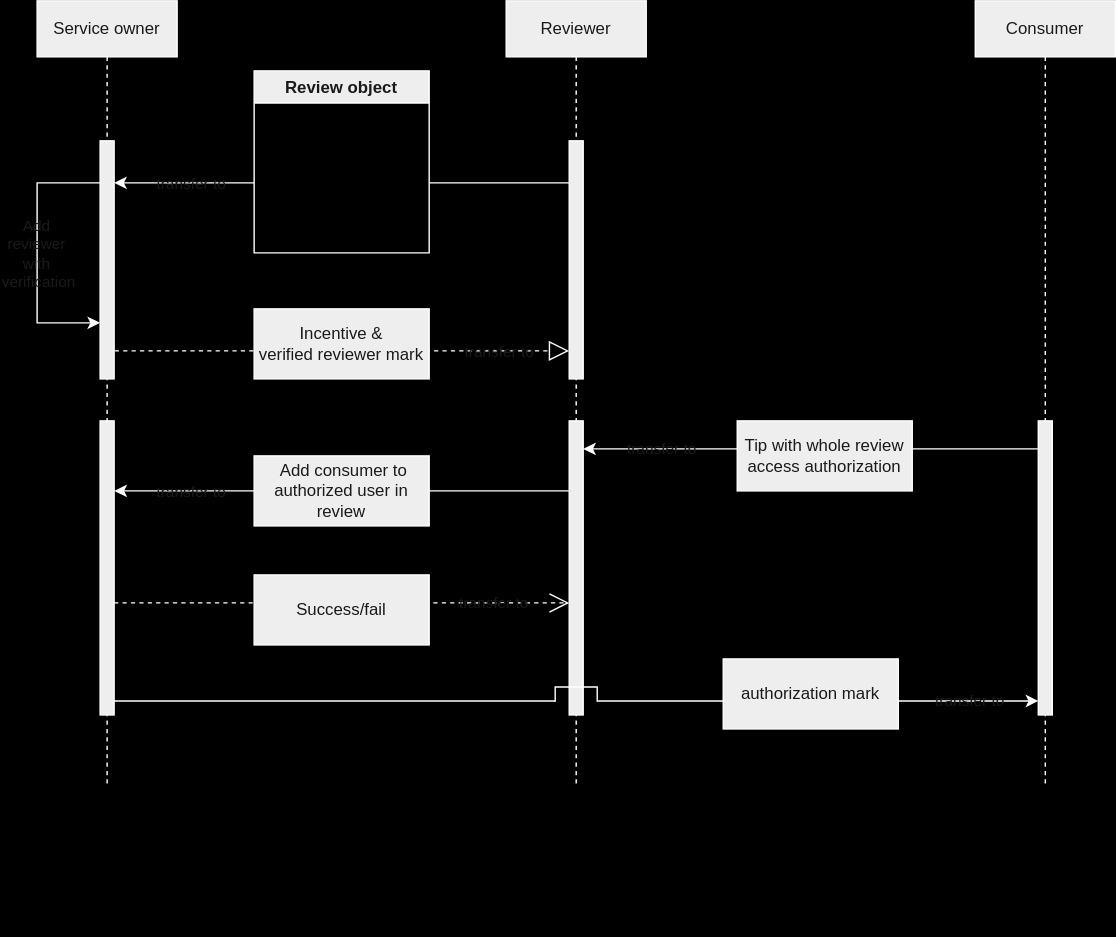
This is Seq Diagram-none use escrow.drawio.svg from devan-ko/rating_poc, a draw.io export, as it was before one commit. Source tidied: cells renumbered, new cells last; positions are measured from the earlier drawing's top-left corner, leaving out a move shared by most shapes.
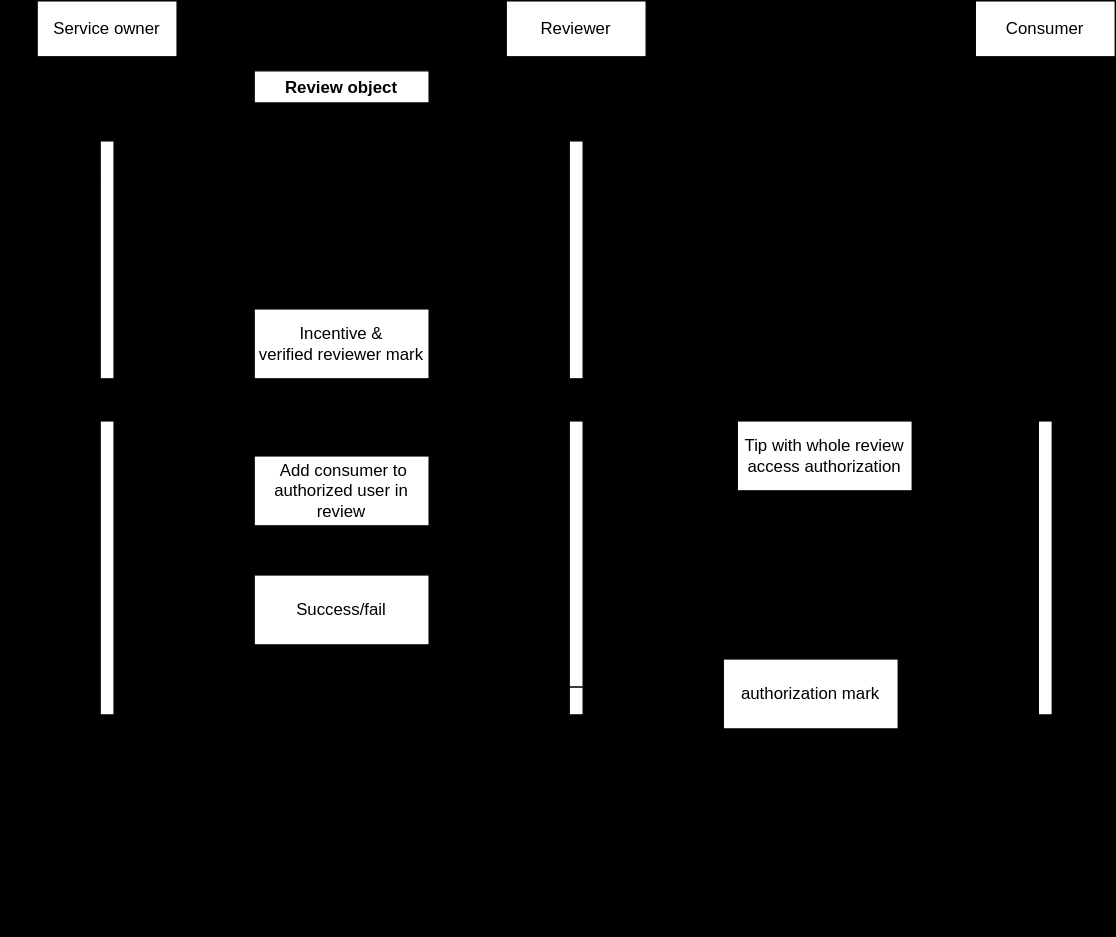
After the change.

What changed in the source:
```diff
@@ -2,93 +2,93 @@
   <root>
     <mxCell id="0" />
     <mxCell id="1" parent="0" />
-    <mxCell id="2" style="endArrow=block;dashed=1;endFill=0;endSize=12;html=1;rounded=0;jumpStyle=none;jumpSize=0;labelBackgroundColor=none;strokeColor=#FFFFFF;fontColor=default;" parent="1" edge="1" source="3">
+    <mxCell id="2" style="endArrow=block;dashed=1;endFill=0;endSize=12;html=1;rounded=0;jumpStyle=none;jumpSize=0;labelBackgroundColor=none;fontColor=default;" parent="1" edge="1" source="3">
       <mxGeometry relative="1" as="geometry">
         <mxPoint x="380" y="250" as="targetPoint" />
       </mxGeometry>
     </mxCell>
-    <mxCell id="3" value="Service owner" style="shape=umlLifeline;perimeter=lifelinePerimeter;whiteSpace=wrap;html=1;outlineConnect=0;portConstraint=eastwest;newEdgeStyle={&quot;edgeStyle&quot;:&quot;elbowEdgeStyle&quot;,&quot;elbow&quot;:&quot;vertical&quot;,&quot;curved&quot;:0,&quot;rounded&quot;:0};labelBackgroundColor=none;fillColor=#EEEEEE;strokeColor=#FFFFFF;fontColor=#1A1A1A;" parent="1" vertex="1">
+    <mxCell id="3" value="Service owner" style="shape=umlLifeline;perimeter=lifelinePerimeter;whiteSpace=wrap;html=1;outlineConnect=0;portConstraint=eastwest;newEdgeStyle={&quot;edgeStyle&quot;:&quot;elbowEdgeStyle&quot;,&quot;elbow&quot;:&quot;vertical&quot;,&quot;curved&quot;:0,&quot;rounded&quot;:0};labelBackgroundColor=none;" parent="1" vertex="1">
       <mxGeometry width="100" height="560" as="geometry" />
     </mxCell>
-    <mxCell id="4" style="html=1;points=[[0,0,0,0,5],[0,1,0,0,-5],[1,0,0,0,5],[1,1,0,0,-5]];perimeter=orthogonalPerimeter;outlineConnect=0;targetShapes=umlLifeline;portConstraint=eastwest;newEdgeStyle={&quot;curved&quot;:0,&quot;rounded&quot;:0};labelBackgroundColor=none;fillColor=#EEEEEE;strokeColor=#FFFFFF;fontColor=#1A1A1A;" parent="3" vertex="1">
+    <mxCell id="4" style="html=1;points=[[0,0,0,0,5],[0,1,0,0,-5],[1,0,0,0,5],[1,1,0,0,-5]];perimeter=orthogonalPerimeter;outlineConnect=0;targetShapes=umlLifeline;portConstraint=eastwest;newEdgeStyle={&quot;curved&quot;:0,&quot;rounded&quot;:0};labelBackgroundColor=none;" parent="3" vertex="1">
       <mxGeometry x="45" y="100" width="10" height="170" as="geometry" />
     </mxCell>
-    <mxCell id="5" style="html=1;perimeter=orthogonalPerimeter;targetShapes=umlLifeline;newEdgeStyle={&quot;curved&quot;:0,&quot;rounded&quot;:0};labelBackgroundColor=none;fillColor=#EEEEEE;strokeColor=#FFFFFF;fontColor=#1A1A1A;" parent="3" vertex="1">
+    <mxCell id="5" style="html=1;perimeter=orthogonalPerimeter;targetShapes=umlLifeline;newEdgeStyle={&quot;curved&quot;:0,&quot;rounded&quot;:0};labelBackgroundColor=none;" parent="3" vertex="1">
       <mxGeometry x="45" y="300" width="10" height="210" as="geometry" />
     </mxCell>
-    <mxCell id="6" value="Consumer" style="shape=umlLifeline;perimeter=lifelinePerimeter;whiteSpace=wrap;html=1;newEdgeStyle={&quot;edgeStyle&quot;:&quot;elbowEdgeStyle&quot;,&quot;elbow&quot;:&quot;vertical&quot;,&quot;curved&quot;:0,&quot;rounded&quot;:0};labelBackgroundColor=none;fillColor=#EEEEEE;strokeColor=#FFFFFF;fontColor=#1A1A1A;" parent="1" vertex="1">
+    <mxCell id="6" value="Consumer" style="shape=umlLifeline;perimeter=lifelinePerimeter;whiteSpace=wrap;html=1;newEdgeStyle={&quot;edgeStyle&quot;:&quot;elbowEdgeStyle&quot;,&quot;elbow&quot;:&quot;vertical&quot;,&quot;curved&quot;:0,&quot;rounded&quot;:0};labelBackgroundColor=none;" parent="1" vertex="1">
       <mxGeometry x="670" width="100" height="560" as="geometry" />
     </mxCell>
-    <mxCell id="7" style="html=1;perimeter=orthogonalPerimeter;targetShapes=umlLifeline;newEdgeStyle={&quot;curved&quot;:0,&quot;rounded&quot;:0};labelBackgroundColor=none;fillColor=#EEEEEE;strokeColor=#FFFFFF;fontColor=#1A1A1A;" parent="6" vertex="1">
+    <mxCell id="7" style="html=1;perimeter=orthogonalPerimeter;targetShapes=umlLifeline;newEdgeStyle={&quot;curved&quot;:0,&quot;rounded&quot;:0};labelBackgroundColor=none;" parent="6" vertex="1">
       <mxGeometry x="45" y="300" width="10" height="210" as="geometry" />
     </mxCell>
-    <mxCell id="8" style="endArrow=none;html=1;rounded=0;jumpStyle=none;jumpSize=0;labelBackgroundColor=none;strokeColor=#FFFFFF;fontColor=default;" parent="1" edge="1">
+    <mxCell id="8" style="endArrow=none;html=1;rounded=0;jumpStyle=none;jumpSize=0;labelBackgroundColor=none;fontColor=default;" parent="1" edge="1">
       <mxGeometry relative="1" as="geometry">
         <mxPoint x="280" y="130" as="sourcePoint" />
         <mxPoint x="380" y="130" as="targetPoint" />
       </mxGeometry>
     </mxCell>
-    <mxCell id="9" value="Review object" style="swimlane;whiteSpace=wrap;html=1;labelBackgroundColor=none;fillColor=#EEEEEE;strokeColor=#FFFFFF;fontColor=#1A1A1A;" parent="1" vertex="1">
+    <mxCell id="9" value="Review object" style="swimlane;whiteSpace=wrap;html=1;labelBackgroundColor=none;" parent="1" vertex="1">
       <mxGeometry x="155" y="50" width="125" height="130" as="geometry" />
     </mxCell>
-    <mxCell id="10" style="endArrow=classic;html=1;rounded=0;jumpStyle=none;jumpSize=0;labelBackgroundColor=none;strokeColor=#FFFFFF;fontColor=default;" parent="9" edge="1" target="4">
+    <mxCell id="10" style="endArrow=classic;html=1;rounded=0;jumpStyle=none;jumpSize=0;labelBackgroundColor=none;fontColor=default;" parent="9" edge="1" target="4">
       <mxGeometry relative="1" as="geometry">
         <mxPoint y="80" as="sourcePoint" />
       </mxGeometry>
     </mxCell>
-    <mxCell id="11" value="transfer to" style="edgeLabel;html=1;align=center;verticalAlign=middle;labelBackgroundColor=none;fontColor=#1A1A1A;" parent="10" vertex="1">
+    <mxCell id="11" value="transfer to" style="edgeLabel;html=1;align=center;verticalAlign=middle;labelBackgroundColor=none;" parent="10" vertex="1">
       <mxGeometry x="0.11" y="3" relative="1" as="geometry">
         <mxPoint x="10" y="-3" as="offset" />
       </mxGeometry>
     </mxCell>
-    <mxCell id="12" value="Incentive &amp;amp;&lt;br&gt;verified reviewer mark" style="html=1;whiteSpace=wrap;labelBackgroundColor=none;fillColor=#EEEEEE;strokeColor=#FFFFFF;fontColor=#1A1A1A;" parent="1" vertex="1">
+    <mxCell id="12" value="Incentive &amp;amp;&lt;br&gt;verified reviewer mark" style="html=1;whiteSpace=wrap;labelBackgroundColor=none;" parent="1" vertex="1">
       <mxGeometry x="155" y="220" width="125" height="50" as="geometry" />
     </mxCell>
-    <mxCell id="13" style="endArrow=classic;html=1;rounded=0;jumpStyle=none;jumpSize=0;labelBackgroundColor=none;strokeColor=#FFFFFF;fontColor=default;" parent="1" edge="1">
+    <mxCell id="13" style="endArrow=classic;html=1;rounded=0;jumpStyle=none;jumpSize=0;labelBackgroundColor=none;fontColor=default;" parent="1" edge="1">
       <mxGeometry relative="1" as="geometry">
         <mxPoint x="714.7" y="320" as="sourcePoint" />
         <mxPoint x="390" y="320" as="targetPoint" />
       </mxGeometry>
     </mxCell>
-    <mxCell id="14" style="endArrow=classic;html=1;rounded=0;jumpStyle=none;jumpSize=0;labelBackgroundColor=none;strokeColor=#FFFFFF;fontColor=default;" parent="1" edge="1">
+    <mxCell id="14" style="endArrow=classic;html=1;rounded=0;jumpStyle=none;jumpSize=0;labelBackgroundColor=none;fontColor=default;" parent="1" edge="1">
       <mxGeometry relative="1" as="geometry">
         <mxPoint x="379.9" y="350" as="sourcePoint" />
         <mxPoint x="55.1" y="350" as="targetPoint" />
       </mxGeometry>
     </mxCell>
-    <mxCell id="15" style="endArrow=open;endSize=12;dashed=1;html=1;rounded=0;jumpStyle=none;jumpSize=0;labelBackgroundColor=none;strokeColor=#FFFFFF;fontColor=default;" parent="1" edge="1">
+    <mxCell id="15" style="endArrow=open;endSize=12;dashed=1;html=1;rounded=0;jumpStyle=none;jumpSize=0;labelBackgroundColor=none;fontColor=default;" parent="1" edge="1">
       <mxGeometry relative="1" as="geometry">
         <mxPoint x="55" y="430" as="sourcePoint" />
         <mxPoint x="380" y="430" as="targetPoint" />
       </mxGeometry>
     </mxCell>
-    <mxCell id="16" style="endArrow=classic;html=1;rounded=0;jumpStyle=arc;jumpSize=30;labelBackgroundColor=none;strokeColor=#FFFFFF;fontColor=default;" parent="1" edge="1">
+    <mxCell id="16" style="endArrow=classic;html=1;rounded=0;jumpStyle=arc;jumpSize=30;labelBackgroundColor=none;fontColor=default;" parent="1" edge="1">
       <mxGeometry relative="1" as="geometry">
         <mxPoint x="50" y="660" as="sourcePoint" />
         <mxPoint x="50" y="660" as="targetPoint" />
       </mxGeometry>
     </mxCell>
-    <mxCell id="17" value="Reviewer" style="shape=umlLifeline;perimeter=lifelinePerimeter;whiteSpace=wrap;html=1;newEdgeStyle={&quot;edgeStyle&quot;:&quot;elbowEdgeStyle&quot;,&quot;elbow&quot;:&quot;vertical&quot;,&quot;curved&quot;:0,&quot;rounded&quot;:0};strokeOpacity=100;labelBackgroundColor=none;fillColor=#EEEEEE;strokeColor=#FFFFFF;fontColor=#1A1A1A;" parent="1" vertex="1">
+    <mxCell id="17" value="Reviewer" style="shape=umlLifeline;perimeter=lifelinePerimeter;whiteSpace=wrap;html=1;newEdgeStyle={&quot;edgeStyle&quot;:&quot;elbowEdgeStyle&quot;,&quot;elbow&quot;:&quot;vertical&quot;,&quot;curved&quot;:0,&quot;rounded&quot;:0};strokeOpacity=100;labelBackgroundColor=none;" parent="1" vertex="1">
       <mxGeometry x="335" width="100" height="560" as="geometry" />
     </mxCell>
-    <mxCell id="18" style="html=1;perimeter=orthogonalPerimeter;targetShapes=umlLifeline;newEdgeStyle={&quot;curved&quot;:0,&quot;rounded&quot;:0};labelBackgroundColor=none;fillColor=#EEEEEE;strokeColor=#FFFFFF;fontColor=#1A1A1A;" parent="17" vertex="1">
+    <mxCell id="18" style="html=1;perimeter=orthogonalPerimeter;targetShapes=umlLifeline;newEdgeStyle={&quot;curved&quot;:0,&quot;rounded&quot;:0};labelBackgroundColor=none;" parent="17" vertex="1">
       <mxGeometry x="45" y="100" width="10" height="170" as="geometry" />
     </mxCell>
-    <mxCell id="19" style="html=1;perimeter=orthogonalPerimeter;targetShapes=umlLifeline;newEdgeStyle={&quot;curved&quot;:0,&quot;rounded&quot;:0};labelBackgroundColor=none;fillColor=#EEEEEE;strokeColor=#FFFFFF;fontColor=#1A1A1A;" parent="17" vertex="1">
+    <mxCell id="19" style="html=1;perimeter=orthogonalPerimeter;targetShapes=umlLifeline;newEdgeStyle={&quot;curved&quot;:0,&quot;rounded&quot;:0};labelBackgroundColor=none;" parent="17" vertex="1">
       <mxGeometry x="45" y="300" width="10" height="210" as="geometry" />
     </mxCell>
-    <mxCell id="20" value="transfer to" style="edgeLabel;html=1;align=center;verticalAlign=middle;labelBackgroundColor=none;fontColor=#1A1A1A;" parent="1" vertex="1">
+    <mxCell id="20" value="transfer to" style="edgeLabel;html=1;align=center;verticalAlign=middle;labelBackgroundColor=none;" parent="1" vertex="1">
       <mxGeometry x="330" y="250" as="geometry" />
     </mxCell>
-    <mxCell id="21" value="transfer to" style="edgeLabel;html=1;align=center;verticalAlign=middle;labelBackgroundColor=none;fontColor=#1A1A1A;" parent="1" vertex="1">
+    <mxCell id="21" value="transfer to" style="edgeLabel;html=1;align=center;verticalAlign=middle;labelBackgroundColor=none;" parent="1" vertex="1">
       <mxGeometry x="110" y="350" as="geometry" />
     </mxCell>
-    <mxCell id="22" value="transfer to" style="edgeLabel;html=1;align=center;verticalAlign=middle;labelBackgroundColor=none;fontColor=#1A1A1A;" parent="1" vertex="1">
+    <mxCell id="22" value="transfer to" style="edgeLabel;html=1;align=center;verticalAlign=middle;labelBackgroundColor=none;" parent="1" vertex="1">
       <mxGeometry x="130" y="360" as="geometry">
         <mxPoint x="316" y="-41" as="offset" />
       </mxGeometry>
     </mxCell>
-    <mxCell id="23" style="endArrow=classic;html=1;rounded=0;labelBackgroundColor=none;strokeColor=#FFFFFF;fontColor=default;" parent="1" edge="1" target="4">
+    <mxCell id="23" style="endArrow=classic;html=1;rounded=0;labelBackgroundColor=none;fontColor=default;" parent="1" edge="1" target="4">
       <mxGeometry relative="1" as="geometry">
         <mxPoint x="45" y="130" as="sourcePoint" />
         <Array as="points">
@@ -104,45 +104,45 @@
         </Array>
       </mxGeometry>
     </mxCell>
-    <mxCell id="24" value="Add&amp;nbsp;&lt;br&gt;reviewer&amp;nbsp;&lt;br&gt;with&amp;nbsp;&lt;br&gt;verification" style="edgeLabel;html=1;align=center;verticalAlign=middle;labelBackgroundColor=none;fontColor=#1A1A1A;" parent="23" vertex="1">
+    <mxCell id="24" value="Add&amp;nbsp;&lt;br&gt;reviewer&amp;nbsp;&lt;br&gt;with&amp;nbsp;&lt;br&gt;verification" style="edgeLabel;html=1;align=center;verticalAlign=middle;labelBackgroundColor=none;" parent="23" vertex="1">
       <mxGeometry x="-0.3" y="1" relative="1" as="geometry">
         <mxPoint x="-1" y="29" as="offset" />
       </mxGeometry>
     </mxCell>
-    <mxCell id="25" value="Tip with whole review access authorization" style="html=1;whiteSpace=wrap;labelBackgroundColor=none;fillColor=#EEEEEE;strokeColor=#FFFFFF;fontColor=#1A1A1A;" parent="1" vertex="1">
+    <mxCell id="25" value="Tip with whole review access authorization" style="html=1;whiteSpace=wrap;labelBackgroundColor=none;" parent="1" vertex="1">
       <mxGeometry x="500" y="300" width="125" height="50" as="geometry" />
     </mxCell>
-    <mxCell id="26" value="&amp;nbsp;Add consumer to authorized user in review" style="html=1;whiteSpace=wrap;labelBackgroundColor=none;fillColor=#EEEEEE;strokeColor=#FFFFFF;fontColor=#1A1A1A;" parent="1" vertex="1">
+    <mxCell id="26" value="&amp;nbsp;Add consumer to authorized user in review" style="html=1;whiteSpace=wrap;labelBackgroundColor=none;" parent="1" vertex="1">
       <mxGeometry x="155" y="325" width="125" height="50" as="geometry" />
     </mxCell>
-    <mxCell id="27" value="transfer to" style="edgeLabel;html=1;align=center;verticalAlign=middle;labelBackgroundColor=none;fontColor=#1A1A1A;" parent="1" vertex="1">
+    <mxCell id="27" value="transfer to" style="edgeLabel;html=1;align=center;verticalAlign=middle;labelBackgroundColor=none;" parent="1" vertex="1">
       <mxGeometry x="10" y="470" as="geometry">
         <mxPoint x="316" y="-41" as="offset" />
       </mxGeometry>
     </mxCell>
-    <mxCell id="28" value="Success/fail" style="html=1;whiteSpace=wrap;labelBackgroundColor=none;fillColor=#EEEEEE;strokeColor=#FFFFFF;fontColor=#1A1A1A;" parent="1" vertex="1">
+    <mxCell id="28" value="Success/fail" style="html=1;whiteSpace=wrap;labelBackgroundColor=none;" parent="1" vertex="1">
       <mxGeometry x="155" y="410" width="125" height="50" as="geometry" />
     </mxCell>
-    <mxCell id="29" style="shape=partialRectangle;whiteSpace=wrap;html=1;bottom=1;right=1;left=1;top=0;fillColor=none;routingCenterX=-0.5;direction=west;labelBackgroundColor=none;strokeColor=#FFFFFF;fontColor=#1A1A1A;" parent="1" vertex="1">
+    <mxCell id="29" style="shape=partialRectangle;whiteSpace=wrap;html=1;bottom=1;right=1;left=1;top=0;fillColor=none;routingCenterX=-0.5;direction=west;labelBackgroundColor=none;" parent="1" vertex="1">
       <mxGeometry x="370" y="490" width="30" height="10" as="geometry" />
     </mxCell>
-    <mxCell id="30" style="endArrow=none;html=1;rounded=0;entryX=1;entryY=0;entryDx=0;entryDy=0;labelBackgroundColor=none;strokeColor=#FFFFFF;fontColor=default;" parent="1" edge="1" target="29">
+    <mxCell id="30" style="endArrow=none;html=1;rounded=0;entryX=1;entryY=0;entryDx=0;entryDy=0;labelBackgroundColor=none;fontColor=default;" parent="1" edge="1" target="29">
       <mxGeometry relative="1" as="geometry">
         <mxPoint x="55" y="500" as="sourcePoint" />
       </mxGeometry>
     </mxCell>
-    <mxCell id="31" style="endArrow=classic;html=1;rounded=0;labelBackgroundColor=none;strokeColor=#FFFFFF;fontColor=default;" parent="1" edge="1">
+    <mxCell id="31" style="endArrow=classic;html=1;rounded=0;labelBackgroundColor=none;fontColor=default;" parent="1" edge="1">
       <mxGeometry relative="1" as="geometry">
         <mxPoint x="400" y="500" as="sourcePoint" />
         <mxPoint x="715" y="500" as="targetPoint" />
       </mxGeometry>
     </mxCell>
-    <mxCell id="32" value="transfer to" style="edgeLabel;html=1;align=center;verticalAlign=middle;labelBackgroundColor=none;fontColor=#1A1A1A;" parent="1" vertex="1">
+    <mxCell id="32" value="transfer to" style="edgeLabel;html=1;align=center;verticalAlign=middle;labelBackgroundColor=none;" parent="1" vertex="1">
       <mxGeometry x="350" y="540" as="geometry">
         <mxPoint x="316" y="-41" as="offset" />
       </mxGeometry>
     </mxCell>
-    <mxCell id="33" value="authorization mark" style="html=1;whiteSpace=wrap;labelBackgroundColor=none;fillColor=#EEEEEE;strokeColor=#FFFFFF;fontColor=#1A1A1A;" parent="1" vertex="1">
+    <mxCell id="33" value="authorization mark" style="html=1;whiteSpace=wrap;labelBackgroundColor=none;" parent="1" vertex="1">
       <mxGeometry x="490" y="470" width="125" height="50" as="geometry" />
     </mxCell>
   </root>
```
